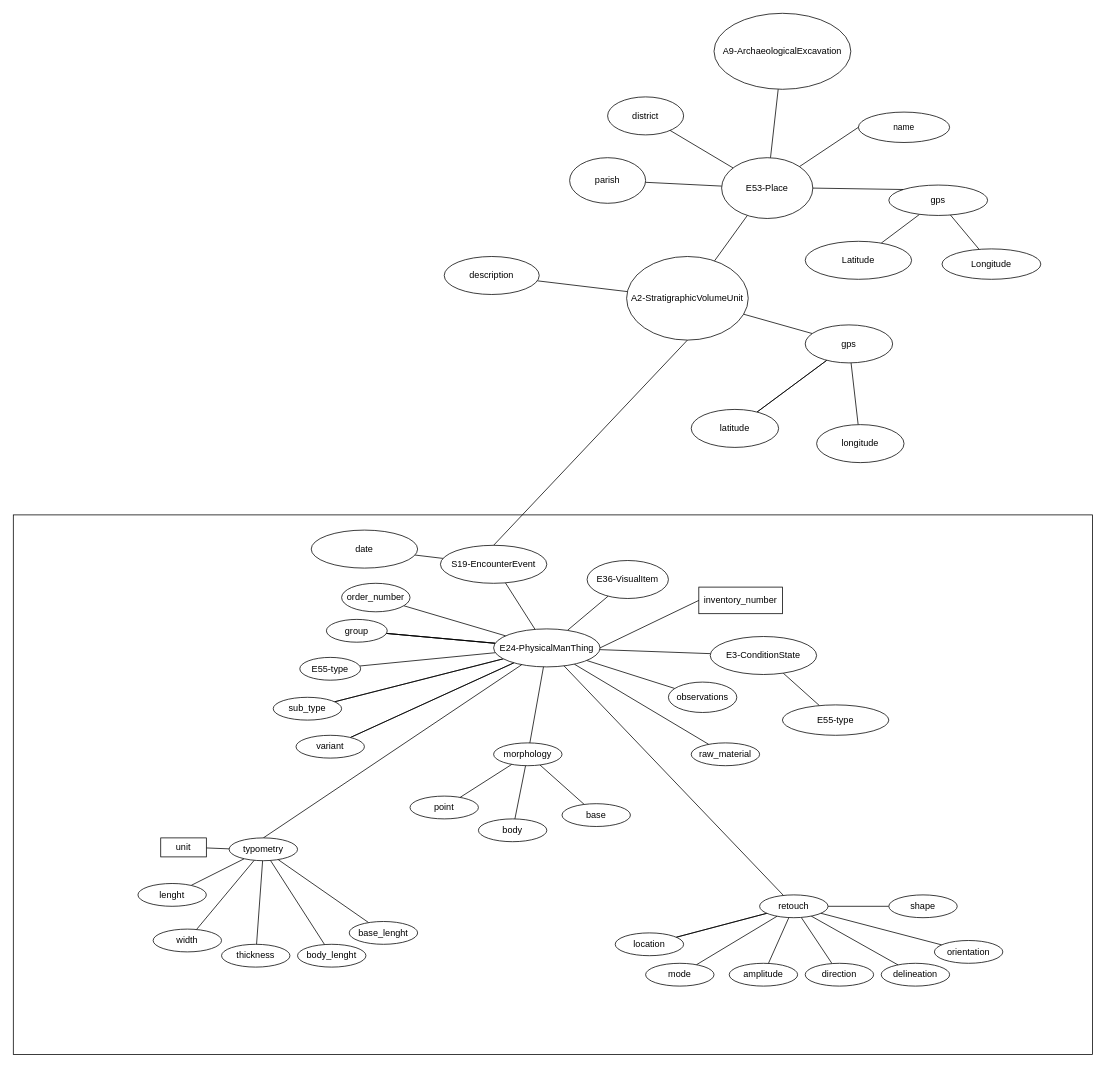
Before: MegaLOD/ModeloConceptualProjetoMegaLOD.drawio in MegaLOD-project/arrowheads, a draw.io diagram. Source tidied: cells renumbered, new cells numbered last; positions are measured from the earlier drawing's top-left corner, leaving out a move shared by most shapes. Both pictures are drawn from the tidied source at 76%, with x=0, y=0 at pixel (13, 13).
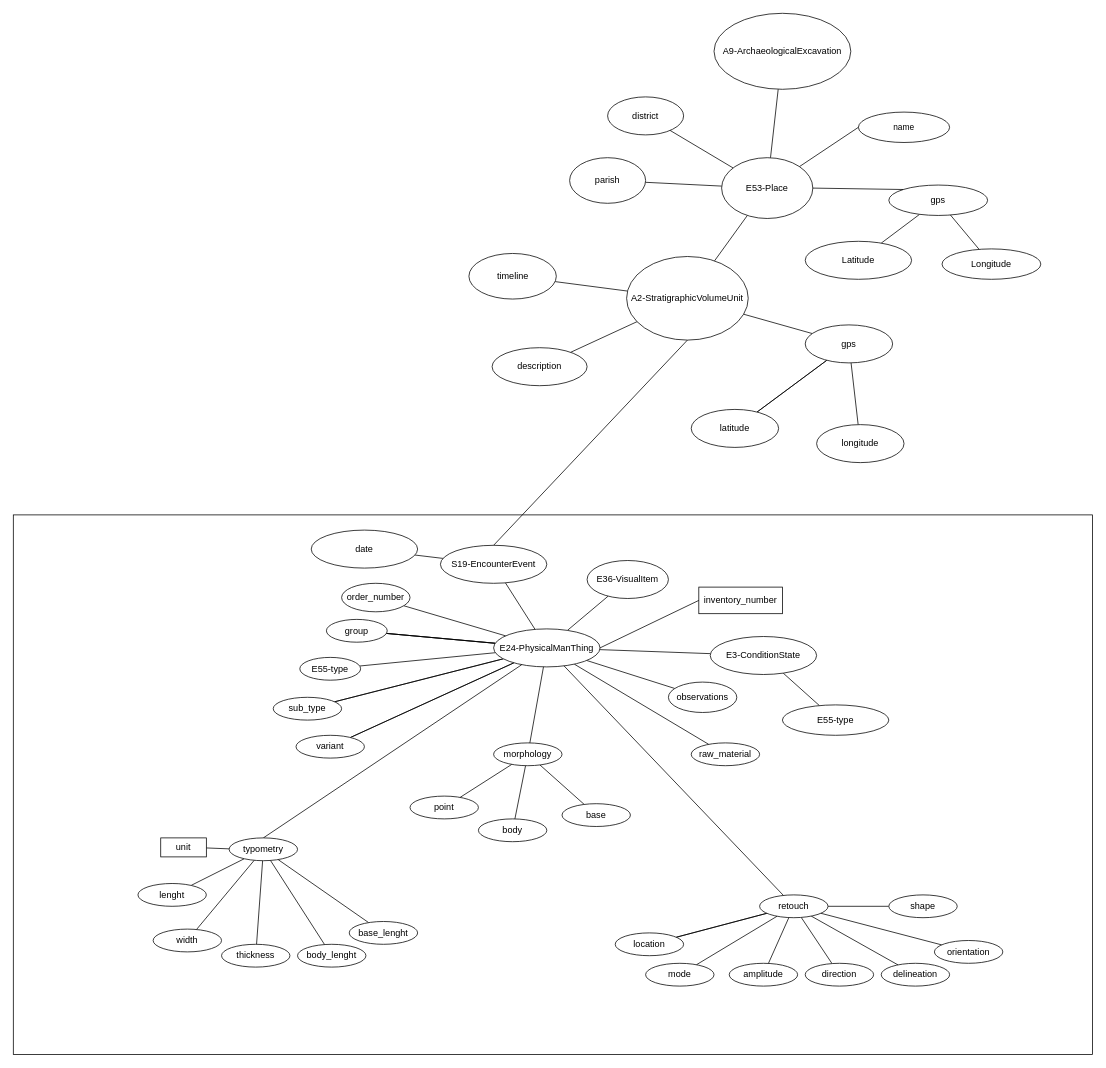
After the change.

The change refers to these unchanged cells:
```xml
<mxCell id="92" value="A2-StratigraphicVolumeUnit" style="ellipse;whiteSpace=wrap;html=1;" parent="1" vertex="1">
  <mxGeometry x="807" y="320" width="160" height="110" as="geometry" />
</mxCell>
```

The edit, as a diff of the source:
```diff
@@
+    <mxCell id="101" style="edgeStyle=none;shape=connector;rounded=0;jettySize=auto;html=1;labelBackgroundColor=default;strokeColor=default;fontFamily=Helvetica;fontSize=11;fontColor=default;endArrow=none;" parent="1" edge="1" source="92" target="102">
+      <mxGeometry relative="1" as="geometry" />
+    </mxCell>
@@
     <mxCell id="93" value="description" style="ellipse;whiteSpace=wrap;html=1;" parent="1" vertex="1">
-      <mxGeometry x="567" y="320" width="125" height="50" as="geometry" />
+      <mxGeometry x="630" y="440" width="125" height="50" as="geometry" />
     </mxCell>
@@
+    <mxCell id="102" value="timeline" style="ellipse;whiteSpace=wrap;html=1;" parent="1" vertex="1">
+      <mxGeometry x="599.5" y="316" width="115" height="60" as="geometry" />
+    </mxCell>
```
